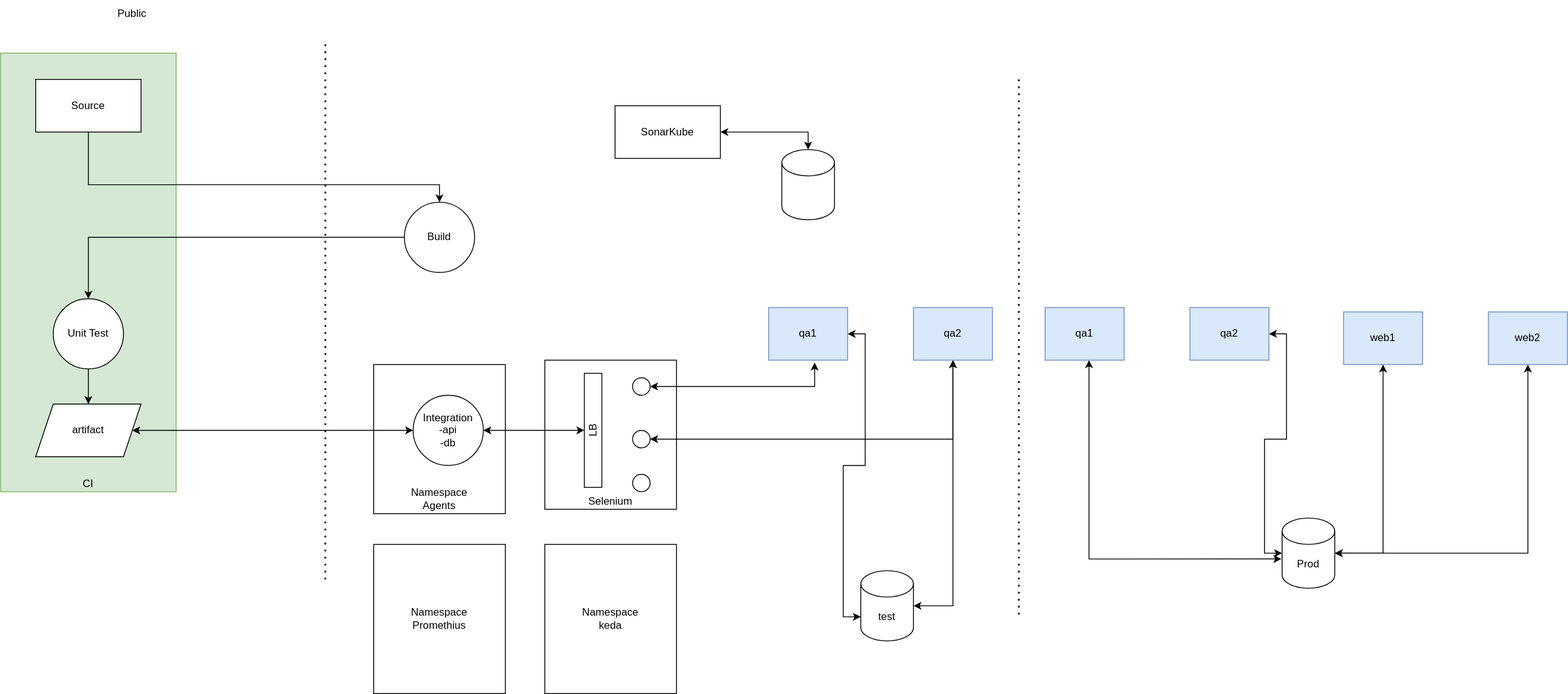
The draw.io diagram infra/agentsinfrastructureunderstanding.svg in vjavle/invoicecloud, before a commit. Source tidied: cells renumbered, new cells last; positions are measured from the earlier drawing's top-left corner, leaving out a move shared by most shapes.
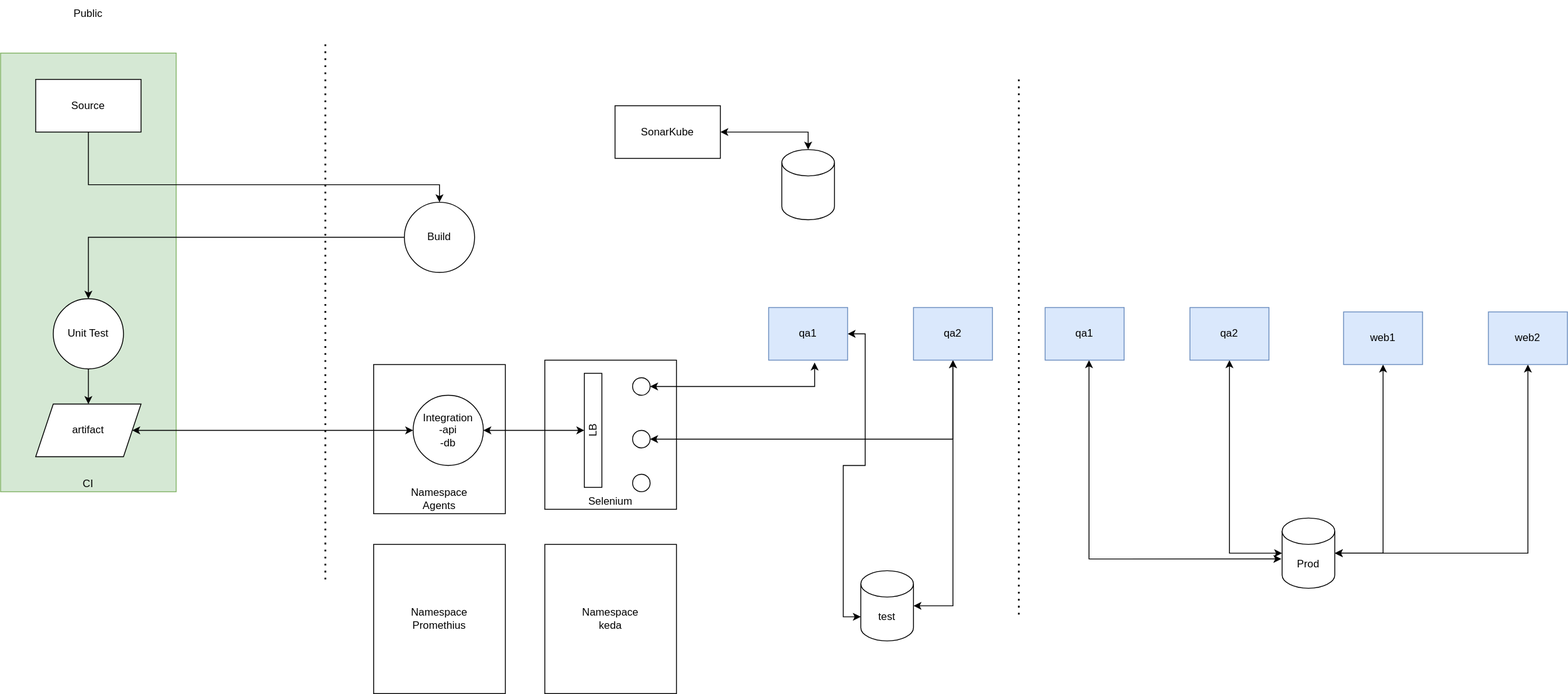
Later version of the same file.

Change to the diagram source:
```diff
@@ -41,7 +41,7 @@
       <mxGeometry x="40" y="460" width="120" height="60" as="geometry" />
     </mxCell>
     <mxCell id="12" value="Public" style="text;html=1;strokeColor=none;fillColor=none;align=center;verticalAlign=middle;whiteSpace=wrap;rounded=0;" parent="1" vertex="1">
-      <mxGeometry x="120" width="60" height="30" as="geometry" />
+      <mxGeometry x="70" width="60" height="30" as="geometry" />
     </mxCell>
     <mxCell id="13" style="edgeStyle=orthogonalEdgeStyle;rounded=0;jettySize=auto;html=1;startArrow=classic;startFill=1;entryX=0;entryY=0;entryDx=0;entryDy=52.5;entryPerimeter=0;" parent="1" edge="1" source="14" target="32">
       <mxGeometry relative="1" as="geometry" />
@@ -113,7 +113,7 @@
     <mxCell id="34" value="qa1" style="rounded=0;whiteSpace=wrap;html=1;fillColor=#dae8fc;strokeColor=#6c8ebf;" parent="1" vertex="1">
       <mxGeometry x="1190" y="350" width="90" height="60" as="geometry" />
     </mxCell>
-    <mxCell id="35" style="edgeStyle=orthogonalEdgeStyle;rounded=0;jettySize=auto;html=1;entryX=0;entryY=0.5;entryDx=0;entryDy=0;entryPerimeter=0;startArrow=classic;startFill=1;" parent="1" edge="1" source="36" target="38">
+    <mxCell id="35" style="edgeStyle=orthogonalEdgeStyle;rounded=0;jettySize=auto;html=1;entryX=0;entryY=0.5;entryDx=0;entryDy=0;entryPerimeter=0;startArrow=classic;startFill=1;exitX=0.5;exitY=1;exitDx=0;exitDy=0;" parent="1" edge="1" source="36" target="38">
       <mxGeometry relative="1" as="geometry" />
     </mxCell>
     <mxCell id="36" value="qa2" style="rounded=0;whiteSpace=wrap;html=1;fillColor=#dae8fc;strokeColor=#6c8ebf;" parent="1" vertex="1">
```
